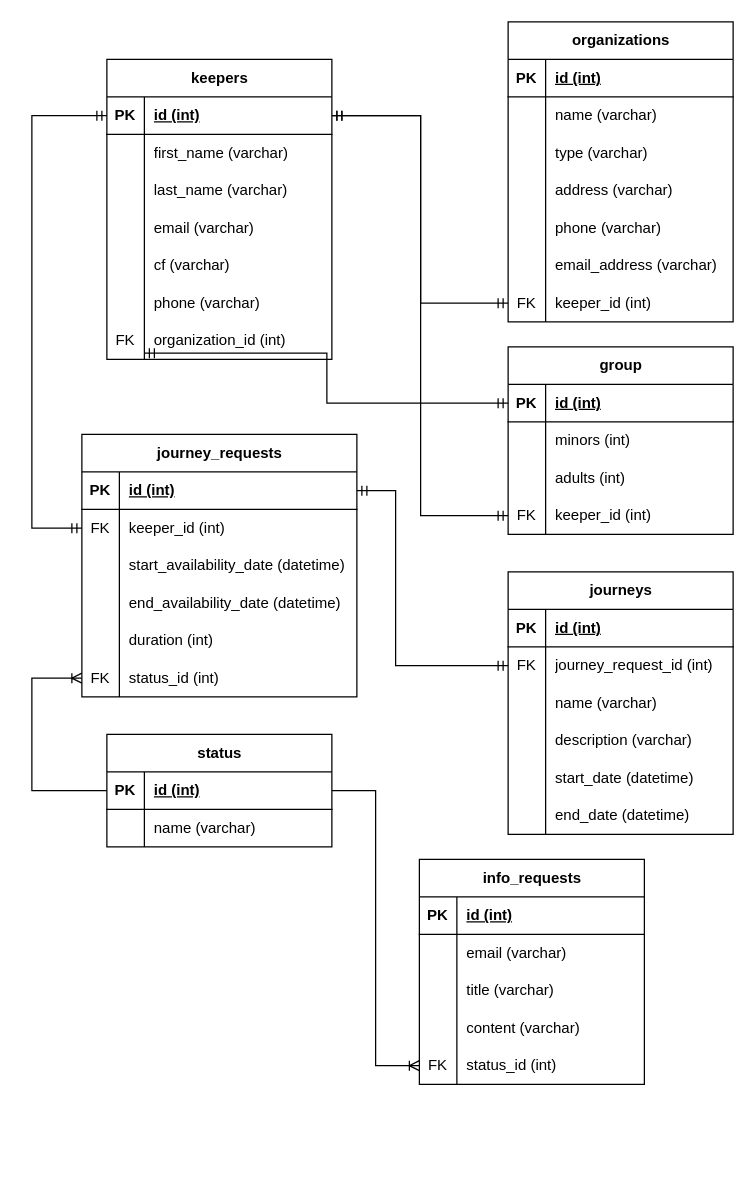
Above: documentation/backend/blueprints/database/CC-Education.drawio in MauroPacenti/CC-Education (draw.io), before the change. Source tidied: cells renumbered, new cells numbered last; positions are measured from the earlier drawing's top-left corner, leaving out a move shared by most shapes. Both pictures are drawn from the tidied source at 125%, with x=0, y=0 at pixel (31, 21).
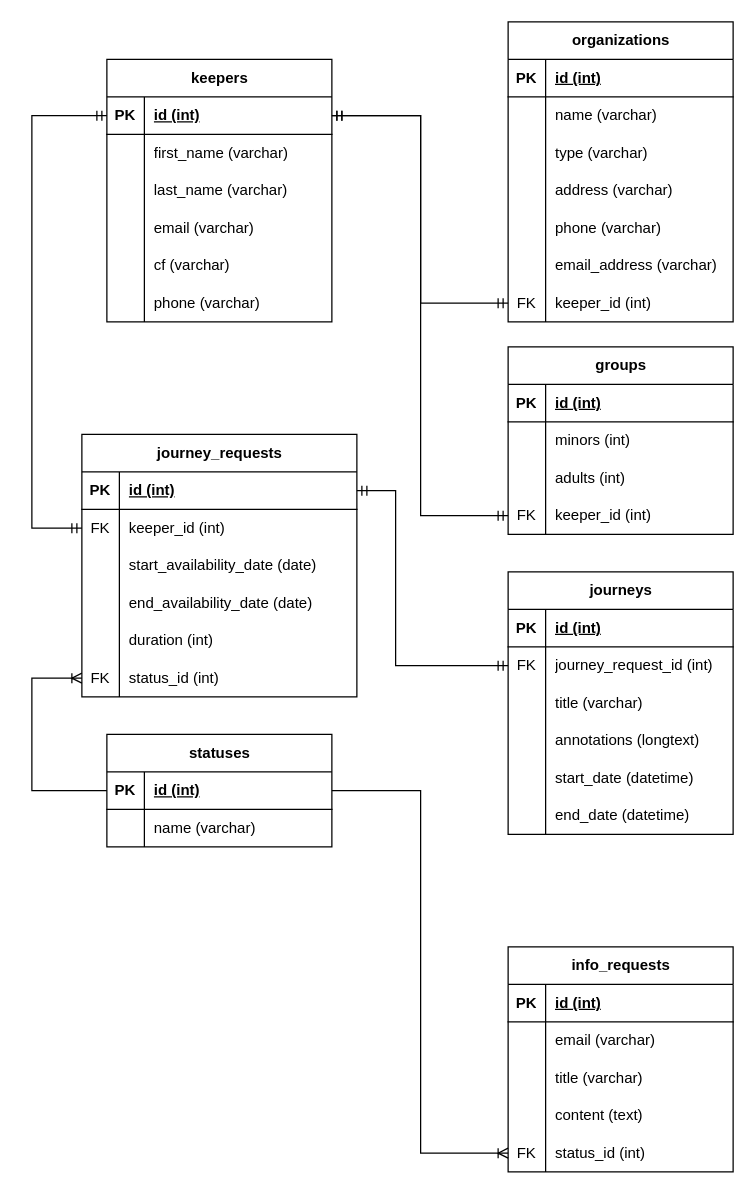
The same page after the edit.

Commit message:
CC-Education database blueprint corrected

now start_availability_date and end_availability_date from
journey_requests table have date type
instead of datetime;
statuses and groups tables names corrected.

Unchanged cells that the change refers to:
```xml
<mxCell id="9" style="shape=tableRow;horizontal=0;startSize=0;swimlaneHead=0;swimlaneBody=0;fillColor=none;top=0;left=0;right=0;bottom=0;" parent="2" vertex="1">
  <mxGeometry y="90" width="180" height="30" as="geometry" />
</mxCell>
<mxCell id="12" style="shape=tableRow;horizontal=0;startSize=0;swimlaneHead=0;swimlaneBody=0;fillColor=none;top=0;left=0;right=0;bottom=0;" parent="2" vertex="1">
  <mxGeometry y="120" width="180" height="30" as="geometry" />
</mxCell>
<mxCell id="53" style="shape=tableRow;horizontal=0;startSize=0;swimlaneHead=0;swimlaneBody=0;fillColor=none;top=0;left=0;right=0;bottom=0;" parent="43" vertex="1">
  <mxGeometry y="120" width="180" height="30" as="geometry" />
</mxCell>
<mxCell id="88" style="shape=tableRow;horizontal=0;startSize=0;swimlaneHead=0;swimlaneBody=0;fillColor=none;top=0;left=0;right=0;bottom=0;" parent="81" vertex="1">
  <mxGeometry y="90" width="220" height="30" as="geometry" />
</mxCell>
<mxCell id="91" style="shape=tableRow;horizontal=0;startSize=0;swimlaneHead=0;swimlaneBody=0;fillColor=none;top=0;left=0;right=0;bottom=0;" parent="81" vertex="1">
  <mxGeometry y="120" width="220" height="30" as="geometry" />
</mxCell>
<mxCell id="111" style="shape=tableRow;horizontal=0;startSize=0;swimlaneHead=0;swimlaneBody=0;fillColor=none;points=[[0,0.5],[1,0.5]];portConstraint=eastwest;top=0;left=0;right=0;bottom=1;" parent="110" vertex="1">
  <mxGeometry y="30" width="180" height="30" as="geometry" />
</mxCell>
```

The edit, as a diff of the source:
```diff
@@
-    <mxCell id="11" value="name (varchar)" style="shape=partialRectangle;fillColor=none;top=0;left=0;bottom=0;right=0;align=left;spacingLeft=6;overflow=hidden;whiteSpace=wrap;html=1;" parent="9" vertex="1">
+    <mxCell id="11" value="title (varchar)" style="shape=partialRectangle;fillColor=none;top=0;left=0;bottom=0;right=0;align=left;spacingLeft=6;overflow=hidden;whiteSpace=wrap;html=1;" parent="9" vertex="1">
       <mxGeometry x="30" width="150" height="30" as="geometry" />
     </mxCell>
@@
-    <mxCell id="14" value="description (varchar)" style="shape=partialRectangle;fillColor=none;top=0;left=0;bottom=0;right=0;align=left;spacingLeft=6;overflow=hidden;whiteSpace=wrap;html=1;" parent="12" vertex="1">
+    <mxCell id="14" value="annotations (longtext)" style="shape=partialRectangle;fillColor=none;top=0;left=0;bottom=0;right=0;align=left;spacingLeft=6;overflow=hidden;whiteSpace=wrap;html=1;" parent="12" vertex="1">
       <mxGeometry x="30" width="150" height="30" as="geometry" />
     </mxCell>
@@
     <mxCell id="43" value="info_requests" style="shape=table;startSize=30;childLayout=tableLayout;rowLines=0;fontStyle=1;align=center;html=1;" parent="1" vertex="1">
-      <mxGeometry x="310" y="670" width="180" height="180" as="geometry" />
+      <mxGeometry x="381" y="740" width="180" height="180" as="geometry" />
     </mxCell>
@@
-    <mxCell id="55" value="content (varchar)" style="shape=partialRectangle;fillColor=none;top=0;left=0;bottom=0;right=0;align=left;spacingLeft=6;overflow=hidden;whiteSpace=wrap;html=1;" parent="53" vertex="1">
+    <mxCell id="55" value="content (text)" style="shape=partialRectangle;fillColor=none;top=0;left=0;bottom=0;right=0;align=left;spacingLeft=6;overflow=hidden;whiteSpace=wrap;html=1;" parent="53" vertex="1">
       <mxGeometry x="30" width="150" height="30" as="geometry" />
     </mxCell>
@@
     <mxCell id="59" value="keepers" style="shape=table;startSize=30;childLayout=tableLayout;rowLines=0;fontStyle=1;align=center;html=1;" parent="1" vertex="1">
-      <mxGeometry x="60" y="30" width="180" height="240" as="geometry" />
+      <mxGeometry x="60" y="30" width="180" height="210" as="geometry" />
     </mxCell>
@@
-    <mxCell id="78" style="shape=tableRow;horizontal=0;startSize=0;swimlaneHead=0;swimlaneBody=0;fillColor=none;top=0;left=0;right=0;bottom=0;" parent="59" vertex="1">
-      <mxGeometry y="210" width="180" height="30" as="geometry" />
-    </mxCell>
-    <mxCell id="79" value="FK" style="shape=partialRectangle;fillColor=none;top=0;left=0;bottom=0;right=0;overflow=hidden;whiteSpace=wrap;html=1;" parent="78" vertex="1">
-      <mxGeometry width="30" height="30" as="geometry" />
-    </mxCell>
-    <mxCell id="80" value="organization_id (int)" style="shape=partialRectangle;fillColor=none;top=0;left=0;bottom=0;right=0;align=left;spacingLeft=6;overflow=hidden;whiteSpace=wrap;html=1;" parent="78" vertex="1">
-      <mxGeometry x="30" width="150" height="30" as="geometry" />
-    </mxCell>
@@
-    <mxCell id="90" value="start_availability_date (datetime)" style="shape=partialRectangle;fillColor=none;top=0;left=0;bottom=0;right=0;align=left;spacingLeft=6;overflow=hidden;whiteSpace=wrap;html=1;" parent="88" vertex="1">
+    <mxCell id="90" value="start_availability_date (date)" style="shape=partialRectangle;fillColor=none;top=0;left=0;bottom=0;right=0;align=left;spacingLeft=6;overflow=hidden;whiteSpace=wrap;html=1;" parent="88" vertex="1">
       <mxGeometry x="30" width="190" height="30" as="geometry" />
     </mxCell>
@@
-    <mxCell id="93" value="end_availability_date (datetime)" style="shape=partialRectangle;fillColor=none;top=0;left=0;bottom=0;right=0;align=left;spacingLeft=6;overflow=hidden;whiteSpace=wrap;html=1;" parent="91" vertex="1">
+    <mxCell id="93" value="end_availability_date (date)" style="shape=partialRectangle;fillColor=none;top=0;left=0;bottom=0;right=0;align=left;spacingLeft=6;overflow=hidden;whiteSpace=wrap;html=1;" parent="91" vertex="1">
       <mxGeometry x="30" width="190" height="30" as="geometry" />
     </mxCell>
@@
-    <mxCell id="100" value="status" style="shape=table;startSize=30;childLayout=tableLayout;rowLines=0;fontStyle=1;align=center;html=1;" parent="1" vertex="1">
+    <mxCell id="100" value="statuses" style="shape=table;startSize=30;childLayout=tableLayout;rowLines=0;fontStyle=1;align=center;html=1;" parent="1" vertex="1">
       <mxGeometry x="60" y="570" width="180" height="90" as="geometry" />
     </mxCell>
@@
-    <mxCell id="110" value="group" style="shape=table;startSize=30;childLayout=tableLayout;rowLines=0;fontStyle=1;align=center;html=1;" parent="1" vertex="1">
+    <mxCell id="110" value="groups" style="shape=table;startSize=30;childLayout=tableLayout;rowLines=0;fontStyle=1;align=center;html=1;" parent="1" vertex="1">
       <mxGeometry x="381" y="260" width="180" height="150" as="geometry" />
     </mxCell>
@@
-    <mxCell id="124" style="edgeStyle=elbowEdgeStyle;fontSize=12;html=1;endArrow=ERmandOne;startArrow=ERmandOne;rounded=0;exitX=0;exitY=0.5;exitDx=0;exitDy=0;entryX=1;entryY=0.5;entryDx=0;entryDy=0;" parent="1" edge="1" source="111">
-      <mxGeometry relative="1" as="geometry">
-        <mxPoint x="90" y="265" as="targetPoint" />
-      </mxGeometry>
-    </mxCell>
```
